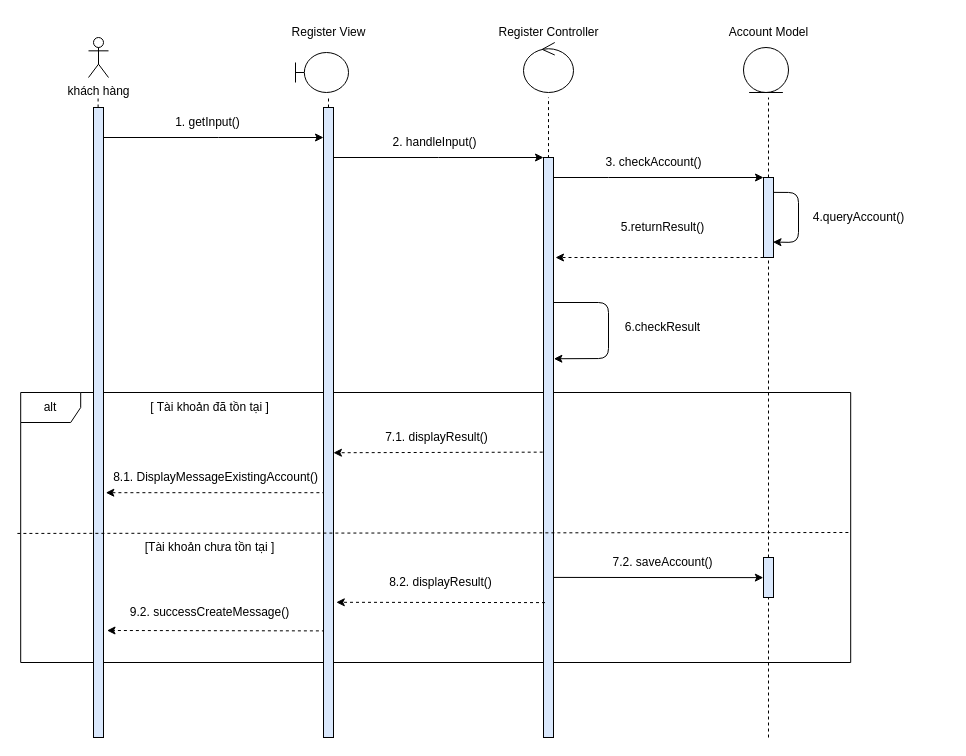
Above: Nam3_HK1/CNPM_SoftTech/Sequence Diagrams/Quân Huỳnh/SD_ĐăngKý.drawio in EdgarIgnite16/SGU-Course (draw.io), before the change. Source tidied: cells renumbered, new cells numbered last; positions are measured from the earlier drawing's top-left corner, leaving out a move shared by most shapes. Both pictures are drawn from the tidied source at 100%, with x=0, y=0 at pixel (20, 17).
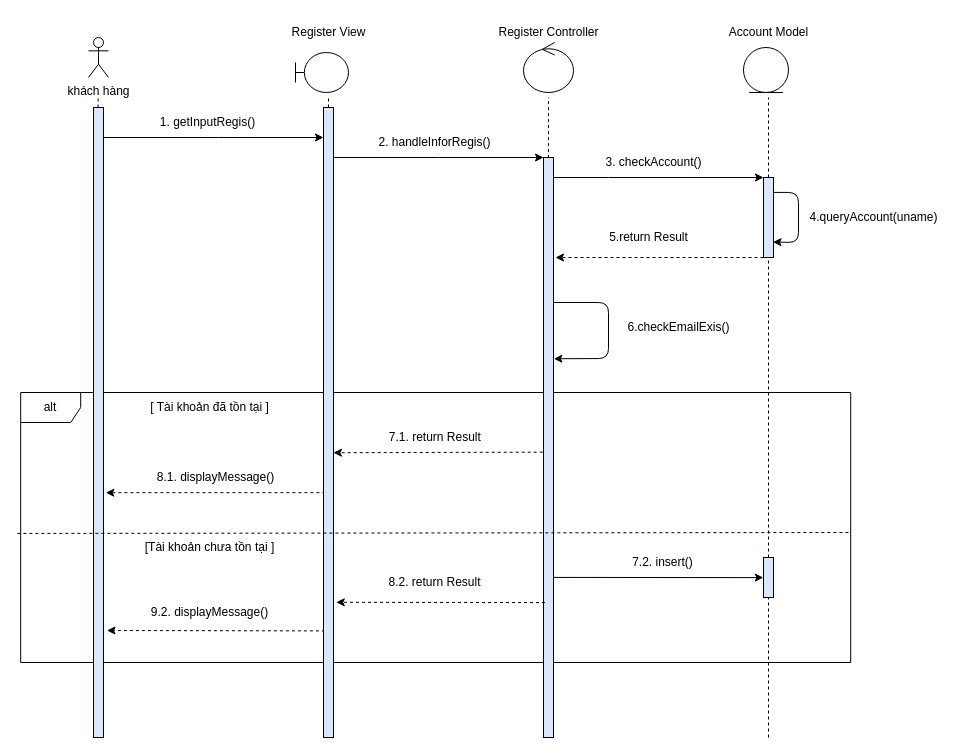
Above is the later version.

What changed in the source:
```diff
@@
-    <mxCell id="9" value="1. getInput()" style="text;html=1;align=center;verticalAlign=middle;strokeColor=none;fillColor=none;" parent="1" vertex="1">
-      <mxGeometry x="147" y="95" width="80" height="20" as="geometry" />
+    <mxCell id="9" value="1. getInputRegis()" style="text;html=1;align=center;verticalAlign=middle;strokeColor=none;fillColor=none;" parent="1" vertex="1">
+      <mxGeometry x="127" y="90" width="120" height="30" as="geometry" />
     </mxCell>
@@
-    <mxCell id="12" value="2. handleInput()" style="text;html=1;align=center;verticalAlign=middle;strokeColor=none;fillColor=none;" parent="1" vertex="1">
-      <mxGeometry x="363.5" y="115" width="100" height="20" as="geometry" />
+    <mxCell id="12" value="2. handleInforRegis()" style="text;html=1;align=center;verticalAlign=middle;strokeColor=none;fillColor=none;" parent="1" vertex="1">
+      <mxGeometry x="343.5" y="110" width="140" height="30" as="geometry" />
     </mxCell>
@@
     <mxCell id="16" value="3. checkAccount()" style="text;html=1;align=center;verticalAlign=middle;strokeColor=none;fillColor=none;" parent="1" vertex="1">
-      <mxGeometry x="578" y="135" width="110" height="20" as="geometry" />
+      <mxGeometry x="573" y="130" width="120" height="30" as="geometry" />
     </mxCell>
@@
-    <mxCell id="23" value="5.returnResult()" style="text;html=1;align=center;verticalAlign=middle;strokeColor=none;fillColor=none;" parent="1" vertex="1">
-      <mxGeometry x="592.2" y="200" width="100" height="20" as="geometry" />
+    <mxCell id="23" value="5.return Result" style="text;html=1;align=center;verticalAlign=middle;strokeColor=none;fillColor=none;" parent="1" vertex="1">
+      <mxGeometry x="578" y="205" width="100" height="30" as="geometry" />
     </mxCell>
-    <mxCell id="24" value="4.queryAccount()" style="text;html=1;align=center;verticalAlign=middle;strokeColor=none;fillColor=none;" parent="1" vertex="1">
-      <mxGeometry x="783" y="190" width="110" height="20" as="geometry" />
+    <mxCell id="24" value="4.queryAccount(uname)" style="text;html=1;align=center;verticalAlign=middle;strokeColor=none;fillColor=none;" parent="1" vertex="1">
+      <mxGeometry x="778" y="185" width="150" height="30" as="geometry" />
     </mxCell>
@@
-    <mxCell id="34" value="8.1. DisplayMessageExistingAccount()" style="text;html=1;align=center;verticalAlign=middle;strokeColor=none;fillColor=none;" parent="1" vertex="1">
-      <mxGeometry x="85.2" y="450" width="220" height="20" as="geometry" />
+    <mxCell id="34" value="8.1. displayMessage()" style="text;html=1;align=center;verticalAlign=middle;strokeColor=none;fillColor=none;" parent="1" vertex="1">
+      <mxGeometry x="125.2" y="445" width="140" height="30" as="geometry" />
     </mxCell>
-    <mxCell id="35" value="7.1. displayResult()" style="text;html=1;align=center;verticalAlign=middle;strokeColor=none;fillColor=none;" parent="1" vertex="1">
-      <mxGeometry x="355.7" y="410" width="120" height="20" as="geometry" />
+    <mxCell id="35" value="7.1. return Result&amp;nbsp;" style="text;html=1;align=center;verticalAlign=middle;strokeColor=none;fillColor=none;" parent="1" vertex="1">
+      <mxGeometry x="355.7" y="405" width="120" height="30" as="geometry" />
     </mxCell>
@@
-    <mxCell id="39" value="7.2. saveAccount()" style="text;html=1;align=center;verticalAlign=middle;strokeColor=none;fillColor=none;" parent="1" vertex="1">
-      <mxGeometry x="582.2" y="535" width="120" height="20" as="geometry" />
+    <mxCell id="39" value="7.2. insert()" style="text;html=1;align=center;verticalAlign=middle;strokeColor=none;fillColor=none;" parent="1" vertex="1">
+      <mxGeometry x="602.2" y="530" width="80" height="30" as="geometry" />
     </mxCell>
-    <mxCell id="40" value="8.2. displayResult()" style="text;html=1;align=center;verticalAlign=middle;strokeColor=none;fillColor=none;" parent="1" vertex="1">
-      <mxGeometry x="360.2" y="555" width="120" height="20" as="geometry" />
+    <mxCell id="40" value="8.2. return Result" style="text;html=1;align=center;verticalAlign=middle;strokeColor=none;fillColor=none;" parent="1" vertex="1">
+      <mxGeometry x="353.5" y="550" width="120" height="30" as="geometry" />
     </mxCell>
-    <mxCell id="41" value="9.2. successCreateMessage()" style="text;html=1;align=center;verticalAlign=middle;strokeColor=none;fillColor=none;" parent="1" vertex="1">
-      <mxGeometry x="104.2" y="585" width="170" height="20" as="geometry" />
+    <mxCell id="41" value="9.2. displayMessage()" style="text;html=1;align=center;verticalAlign=middle;strokeColor=none;fillColor=none;" parent="1" vertex="1">
+      <mxGeometry x="119.2" y="580" width="140" height="30" as="geometry" />
     </mxCell>
@@
-    <mxCell id="46" value="6.checkResult" style="text;html=1;align=center;verticalAlign=middle;" parent="1" vertex="1">
-      <mxGeometry x="597.2" y="300" width="90" height="20" as="geometry" />
+    <mxCell id="46" value="6.checkEmailExis()" style="text;html=1;align=center;verticalAlign=middle;" parent="1" vertex="1">
+      <mxGeometry x="593" y="295" width="130" height="30" as="geometry" />
     </mxCell>
```
